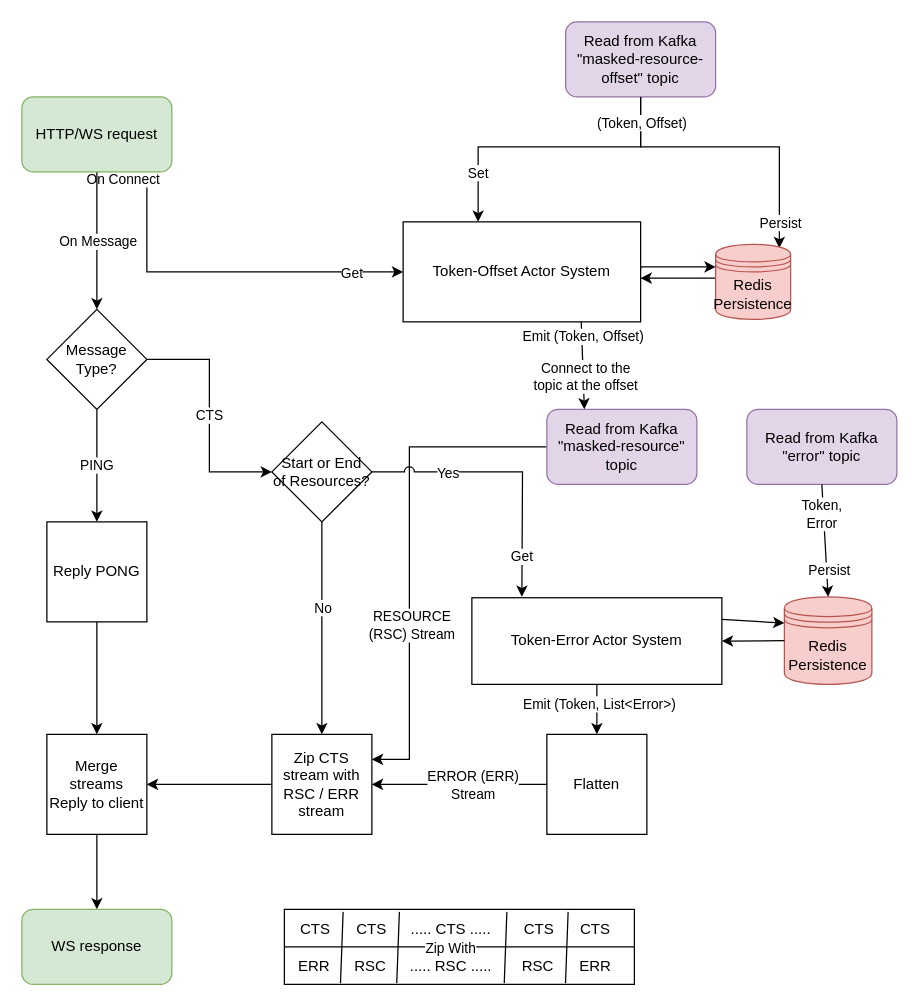
Earlier version of the draw.io diagram filtered-resource-service/doc/Filtered-Resource-Service-LL.drawio (gchq/Palisade-services). Source tidied: cells renumbered, new cells numbered last; positions are measured from the earlier drawing's top-left corner, leaving out a move shared by most shapes. Both pictures are drawn from the tidied source at 125%, with x=0, y=0 at pixel (21, 21).
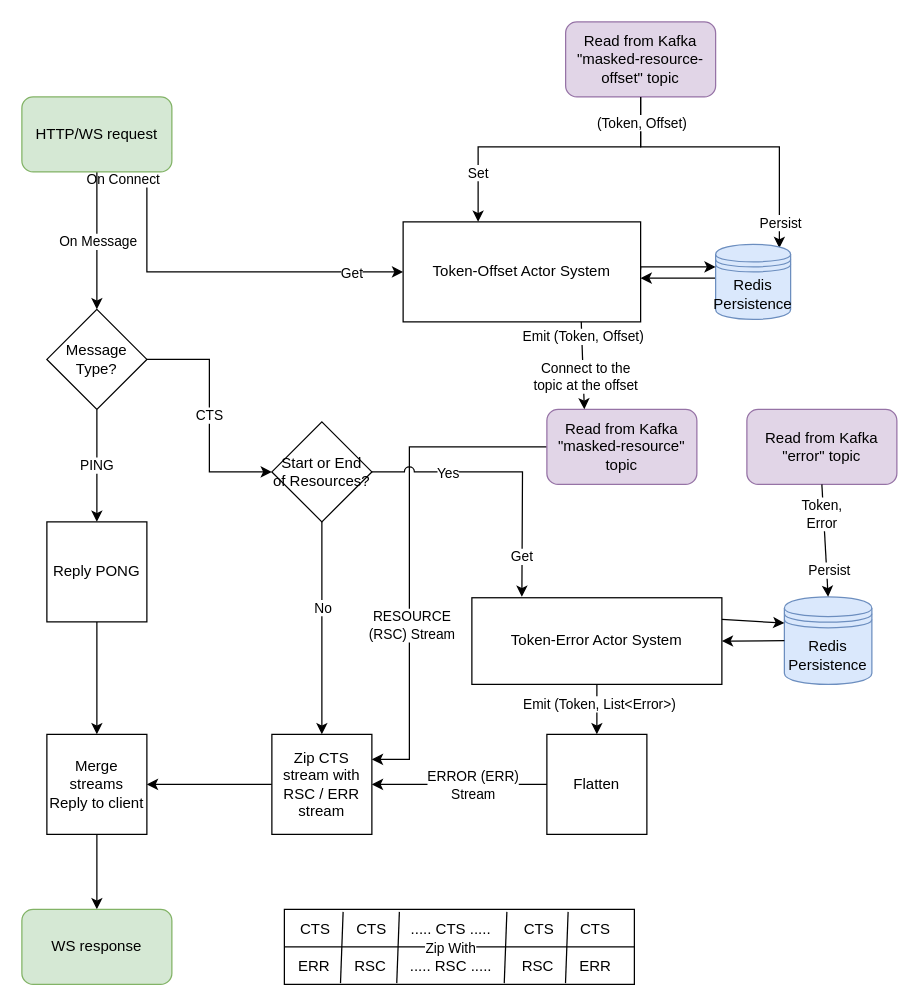
The same page after the edit.

The edit, as a diff of the source:
```diff
@@
-    <mxCell id="38" value="&lt;div&gt;Redis&lt;/div&gt;&lt;div&gt;Persistence&lt;br&gt;&lt;/div&gt;" style="shape=datastore;whiteSpace=wrap;html=1;fillColor=#f8cecc;strokeColor=#b85450;" parent="1" vertex="1">
+    <mxCell id="38" value="&lt;div&gt;Redis&lt;/div&gt;&lt;div&gt;Persistence&lt;br&gt;&lt;/div&gt;" style="shape=datastore;whiteSpace=wrap;html=1;fillColor=#dae8fc;strokeColor=#6c8ebf;" parent="1" vertex="1">
       <mxGeometry x="555" y="178" width="60" height="60" as="geometry" />
     </mxCell>
@@
-    <mxCell id="40" value="Redis Persistence" style="shape=datastore;whiteSpace=wrap;html=1;fillColor=#f8cecc;strokeColor=#b85450;" parent="1" vertex="1">
+    <mxCell id="40" value="Redis Persistence" style="shape=datastore;whiteSpace=wrap;html=1;fillColor=#dae8fc;strokeColor=#6c8ebf;" parent="1" vertex="1">
       <mxGeometry x="610" y="460" width="70" height="70" as="geometry" />
     </mxCell>
```
